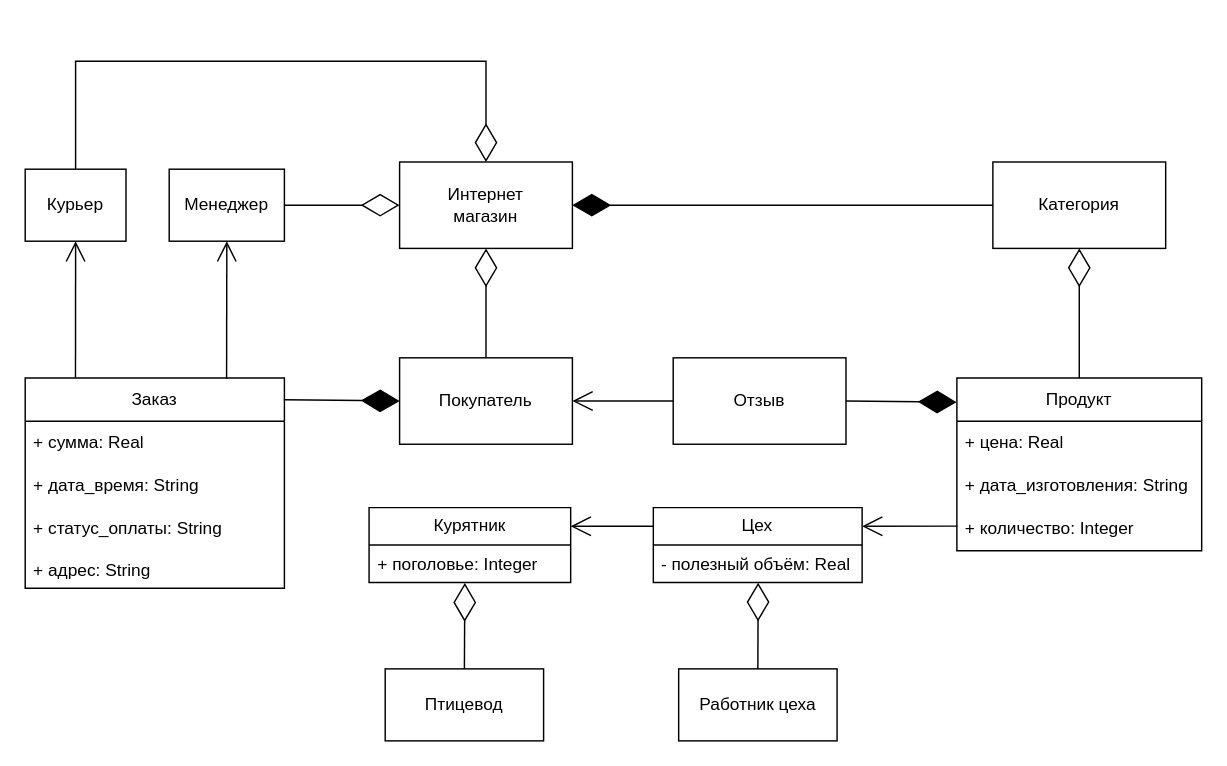
Earlier version of the draw.io diagram Lab1/МПО приложение для продажи фермерской продукции.drawio (TallMan653/UML-farm-produce-sales-app). Source tidied: cells renumbered, new cells numbered last; positions are measured from the earlier drawing's top-left corner, leaving out a move shared by most shapes. Both pictures are drawn from the tidied source at 144%, with x=0, y=0 at pixel (24, 60).
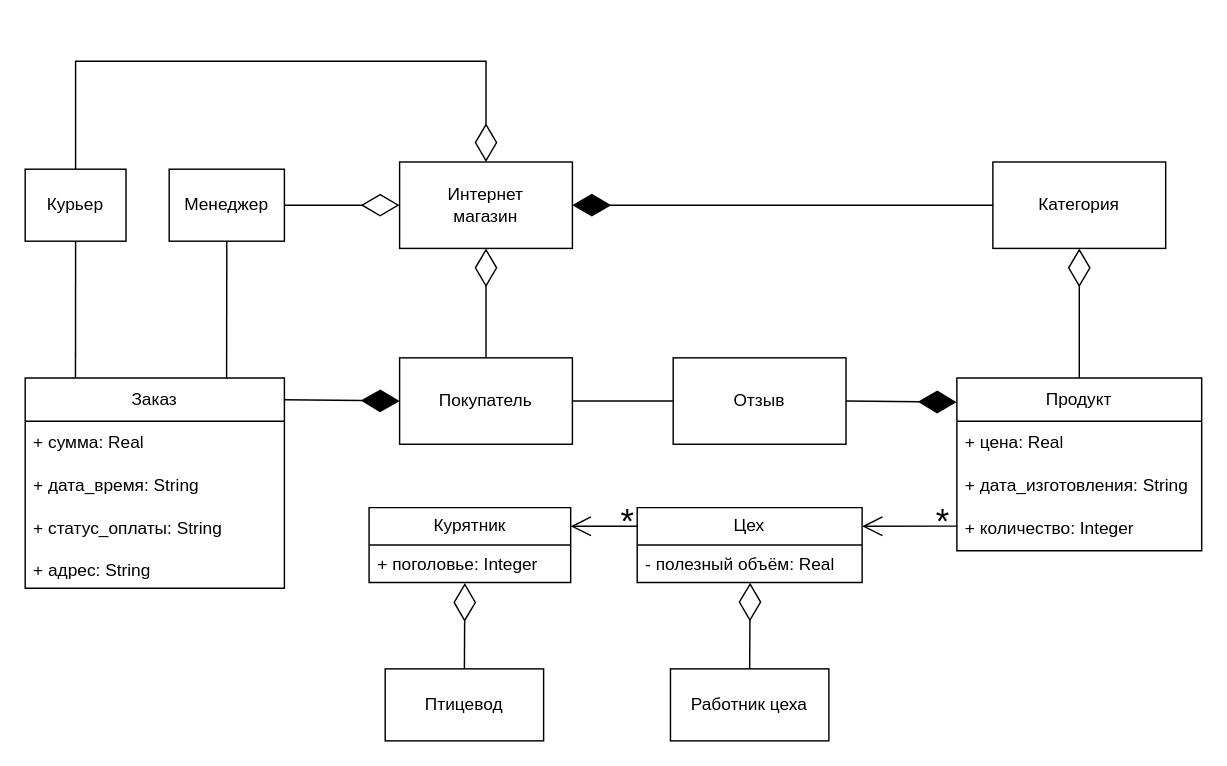
Above is the later version.

Unchanged cells that the change refers to:
```xml
<mxCell id="4" value="Отзыв" style="rounded=0;whiteSpace=wrap;html=1;" parent="1" vertex="1">
  <mxGeometry x="450" y="206" width="120" height="60" as="geometry" />
</mxCell>
<mxCell id="9" value="Заказ" style="swimlane;fontStyle=0;horizontal=1;startSize=30;whiteSpace=wrap;html=1;" parent="1" vertex="1">
  <mxGeometry y="220" width="180" height="146" as="geometry" />
</mxCell>
<mxCell id="14" value="Покупатель" style="rounded=0;whiteSpace=wrap;html=1;" parent="1" vertex="1">
  <mxGeometry x="260" y="206" width="120" height="60" as="geometry" />
</mxCell>
<mxCell id="25" value="Менеджер" style="html=1;whiteSpace=wrap;" parent="1" vertex="1">
  <mxGeometry x="100" y="75" width="80" height="50" as="geometry" />
</mxCell>
<mxCell id="26" value="Курьер" style="html=1;whiteSpace=wrap;" parent="1" vertex="1">
  <mxGeometry y="75" width="70" height="50" as="geometry" />
</mxCell>
```

Diff of the diagram source:
```diff
@@
-    <mxCell id="18" style="endArrow=open;endFill=1;endSize=12;html=1;rounded=0;exitX=0;exitY=0.5;exitDx=0;exitDy=0;entryX=1;entryY=0.5;entryDx=0;entryDy=0;" parent="1" edge="1" source="4" target="14">
+    <mxCell id="18" style="endArrow=none;endFill=0;endSize=12;html=1;rounded=0;exitX=0;exitY=0.5;exitDx=0;exitDy=0;entryX=1;entryY=0.5;entryDx=0;entryDy=0;" parent="1" edge="1" source="4" target="14">
       <mxGeometry relative="1" as="geometry" />
     </mxCell>
@@
-    <mxCell id="20" style="endArrow=open;endFill=1;endSize=12;html=1;rounded=0;entryX=0.5;entryY=1;entryDx=0;entryDy=0;exitX=0.777;exitY=0.003;exitDx=0;exitDy=0;exitPerimeter=0;" parent="1" edge="1" source="9" target="25">
+    <mxCell id="20" style="endArrow=none;endFill=0;endSize=12;html=1;rounded=0;entryX=0.5;entryY=1;entryDx=0;entryDy=0;exitX=0.777;exitY=0.003;exitDx=0;exitDy=0;exitPerimeter=0;" parent="1" edge="1" source="9" target="25">
       <mxGeometry relative="1" as="geometry" />
     </mxCell>
     <mxCell id="21" value="Работник цеха" style="html=1;whiteSpace=wrap;" parent="1" vertex="1">
-      <mxGeometry x="453.8" y="422" width="110" height="50" as="geometry" />
+      <mxGeometry x="448.1" y="422" width="110" height="50" as="geometry" />
     </mxCell>
     <mxCell id="22" value="Цех" style="swimlane;fontStyle=0;horizontal=1;startSize=26;fillColor=none;whiteSpace=wrap;html=1;" parent="1" vertex="1">
-      <mxGeometry x="436.2" y="310" width="145" height="52" as="geometry" />
+      <mxGeometry x="425" y="310" width="156.2" height="52" as="geometry" />
     </mxCell>
     <mxCell id="23" value="- полезный объём: Real" style="text;strokeColor=none;fillColor=none;align=left;verticalAlign=top;spacingLeft=4;spacingRight=4;overflow=hidden;points=[[0,0.5],[1,0.5]];portConstraint=eastwest;whiteSpace=wrap;html=1;" parent="22" vertex="1">
-      <mxGeometry y="26" width="145" height="26" as="geometry" />
+      <mxGeometry y="26" width="156.2" height="26" as="geometry" />
     </mxCell>
@@
-    <mxCell id="31" style="endArrow=open;endFill=1;endSize=12;html=1;rounded=0;entryX=0.5;entryY=1;entryDx=0;entryDy=0;exitX=0.194;exitY=-0.001;exitDx=0;exitDy=0;exitPerimeter=0;" parent="1" edge="1" source="9" target="26">
+    <mxCell id="31" style="endArrow=none;endFill=0;endSize=12;html=1;rounded=0;entryX=0.5;entryY=1;entryDx=0;entryDy=0;exitX=0.194;exitY=-0.001;exitDx=0;exitDy=0;exitPerimeter=0;" parent="1" edge="1" source="9" target="26">
       <mxGeometry relative="1" as="geometry" />
     </mxCell>
@@
+    <mxCell id="37" value="&lt;font style=&quot;font-size: 24px;&quot;&gt;*&lt;/font&gt;" style="text;html=1;align=center;verticalAlign=middle;strokeColor=none;fillColor=none;" parent="1" vertex="1">
+      <mxGeometry x="622" y="300" width="30" height="40" as="geometry" />
+    </mxCell>
+    <mxCell id="38" value="&lt;font style=&quot;font-size: 24px;&quot;&gt;*&lt;/font&gt;" style="text;html=1;align=center;verticalAlign=middle;strokeColor=none;fillColor=none;" parent="1" vertex="1">
+      <mxGeometry x="403" y="300" width="30" height="40" as="geometry" />
+    </mxCell>
```
